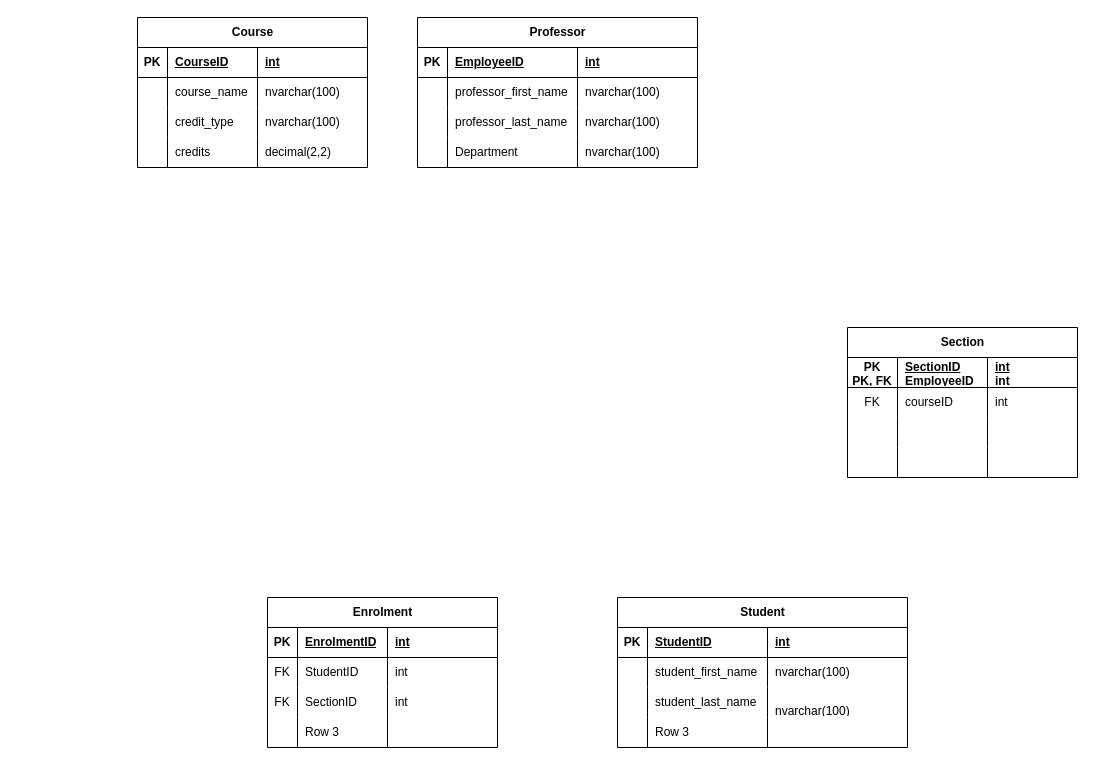
Earlier version of the draw.io diagram 2NF.drawio (ConnorGaskill/UML). Source tidied: cells renumbered, new cells numbered last; positions are measured from the earlier drawing's top-left corner, leaving out a move shared by most shapes. Both pictures are drawn from the tidied source at 100%, with x=0, y=0 at pixel (137, 17).
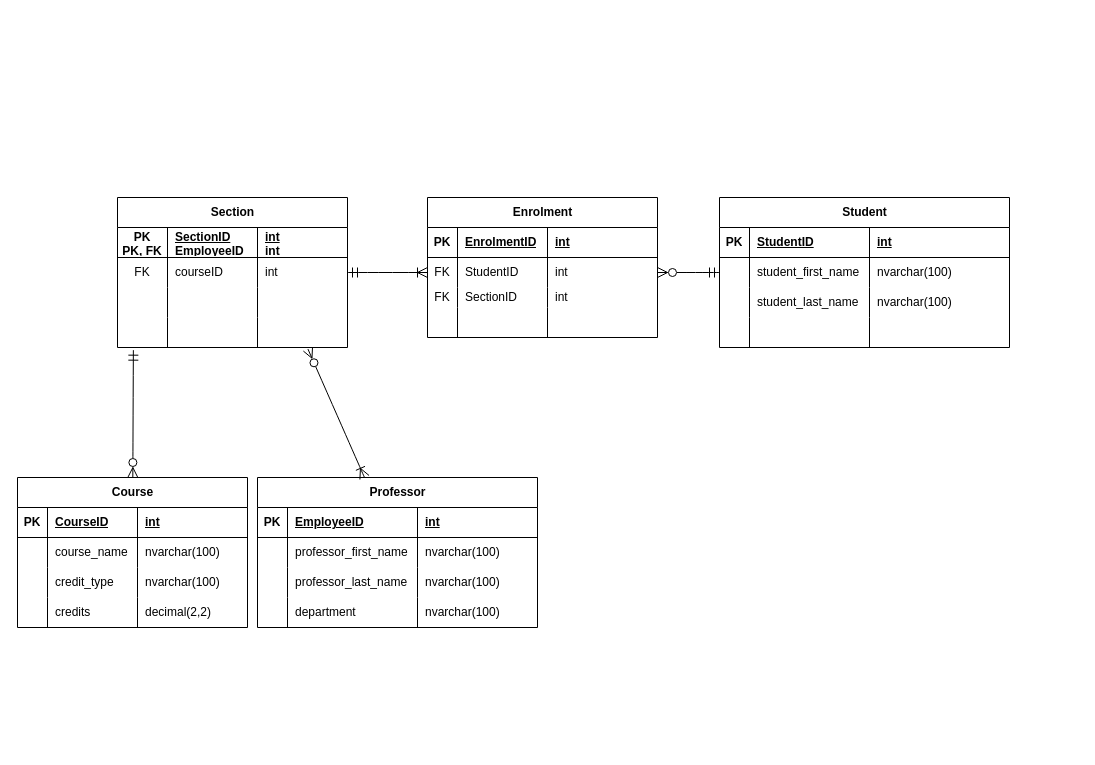
After the change.

Unchanged cells that the change refers to:
```xml
<mxCell id="28" style="shape=tableRow;horizontal=0;startSize=0;swimlaneHead=0;swimlaneBody=0;fillColor=none;top=0;left=0;right=0;bottom=0;" parent="19" vertex="1">
  <mxGeometry y="90" width="290" height="30" as="geometry" />
</mxCell>
<mxCell id="32" style="shape=tableRow;horizontal=0;startSize=0;swimlaneHead=0;swimlaneBody=0;fillColor=none;top=0;left=0;right=0;bottom=0;" parent="19" vertex="1">
  <mxGeometry y="120" width="290" height="30" as="geometry" />
</mxCell>
<mxCell id="49" style="shape=tableRow;horizontal=0;startSize=0;swimlaneHead=0;swimlaneBody=0;fillColor=none;top=0;left=0;right=0;bottom=0;" parent="36" vertex="1">
  <mxGeometry y="120" width="280" height="30" as="geometry" />
</mxCell>
<mxCell id="58" style="shape=tableRow;horizontal=0;startSize=0;swimlaneHead=0;swimlaneBody=0;fillColor=none;points=[[0,0.5],[1,0.5]];portConstraint=eastwest;top=0;left=0;right=0;bottom=0;" parent="53" vertex="1">
  <mxGeometry y="60" width="230" height="30" as="geometry" />
</mxCell>
<mxCell id="75" style="shape=tableRow;horizontal=0;startSize=0;swimlaneHead=0;swimlaneBody=0;fillColor=none;points=[[0,0.5],[1,0.5]];portConstraint=eastwest;top=0;left=0;right=0;bottom=0;" parent="70" vertex="1">
  <mxGeometry y="60" width="230" height="30" as="geometry" />
</mxCell>
<mxCell id="83" style="shape=tableRow;horizontal=0;startSize=0;swimlaneHead=0;swimlaneBody=0;fillColor=none;points=[[0,0.5],[1,0.5]];portConstraint=eastwest;top=0;left=0;right=0;bottom=0;" parent="70" vertex="1">
  <mxGeometry y="120" width="230" height="30" as="geometry" />
</mxCell>
```

The edit, as a diff of the source:
```diff
@@
     <mxCell id="2" value="Course" style="shape=table;startSize=30;childLayout=tableLayout;rowLines=0;fontStyle=1;align=center;html=1;" parent="1" vertex="1">
-      <mxGeometry width="230" height="150" as="geometry" />
+      <mxGeometry x="-120" y="460" width="230" height="150" as="geometry" />
     </mxCell>
@@
+    <mxCell id="87" style="edgeStyle=none;curved=1;rounded=0;jettySize=auto;html=1;entryX=1;entryY=0.5;entryDx=0;entryDy=0;fontSize=12;startSize=8;endSize=8;endArrow=ERzeroToMany;endFill=0;startArrow=ERmandOne;startFill=0;" parent="1" edge="1" source="19" target="58">
+      <mxGeometry relative="1" as="geometry" />
+    </mxCell>
     <mxCell id="19" value="Student" style="shape=table;startSize=30;childLayout=tableLayout;rowLines=0;fontStyle=1;align=center;html=1;" parent="1" vertex="1">
-      <mxGeometry x="480" y="580" width="290" height="150" as="geometry" />
+      <mxGeometry x="582" y="180" width="290" height="150" as="geometry" />
     </mxCell>
@@
-    <mxCell id="31" value="&#10;&lt;span style=&quot;color: rgb(0, 0, 0); font-family: Helvetica; font-size: 12px; font-style: normal; font-variant-ligatures: normal; font-variant-caps: normal; font-weight: 400; letter-spacing: normal; orphans: 2; text-align: left; text-indent: 0px; text-transform: none; widows: 2; word-spacing: 0px; -webkit-text-stroke-width: 0px; white-space: normal; background-color: rgb(251, 251, 251); text-decoration-thickness: initial; text-decoration-style: initial; text-decoration-color: initial; display: inline !important; float: none;&quot;&gt;nvarchar(100)&lt;/span&gt;&#10;&#10;" style="shape=partialRectangle;fillColor=none;top=0;left=0;bottom=0;right=0;align=left;spacingLeft=6;overflow=hidden;whiteSpace=wrap;html=1;" parent="28" vertex="1">
+    <mxCell id="31" value="nvarchar(100)" style="shape=partialRectangle;fillColor=none;top=0;left=0;bottom=0;right=0;align=left;spacingLeft=6;overflow=hidden;whiteSpace=wrap;html=1;" parent="28" vertex="1">
       <mxGeometry x="150" width="140" height="30" as="geometry" />
     </mxCell>
@@
-    <mxCell id="34" value="Row 3" style="shape=partialRectangle;fillColor=none;top=0;left=0;bottom=0;right=0;align=left;spacingLeft=6;overflow=hidden;whiteSpace=wrap;html=1;" parent="32" vertex="1">
+    <mxCell id="34" style="shape=partialRectangle;fillColor=none;top=0;left=0;bottom=0;right=0;align=left;spacingLeft=6;overflow=hidden;whiteSpace=wrap;html=1;" parent="32" vertex="1">
       <mxGeometry x="30" width="120" height="30" as="geometry" />
     </mxCell>
@@
     <mxCell id="36" value="Professor" style="shape=table;startSize=30;childLayout=tableLayout;rowLines=0;fontStyle=1;align=center;html=1;" parent="1" vertex="1">
-      <mxGeometry x="280" width="280" height="150" as="geometry" />
+      <mxGeometry x="120" y="460" width="280" height="150" as="geometry" />
     </mxCell>
@@
-    <mxCell id="51" value="Department" style="shape=partialRectangle;fillColor=none;top=0;left=0;bottom=0;right=0;align=left;spacingLeft=6;overflow=hidden;whiteSpace=wrap;html=1;" parent="49" vertex="1">
+    <mxCell id="51" value="department" style="shape=partialRectangle;fillColor=none;top=0;left=0;bottom=0;right=0;align=left;spacingLeft=6;overflow=hidden;whiteSpace=wrap;html=1;" parent="49" vertex="1">
       <mxGeometry x="30" width="130" height="30" as="geometry" />
     </mxCell>
@@
     <mxCell id="53" value="Enrolment" style="shape=table;startSize=30;childLayout=tableLayout;rowLines=0;fontStyle=1;align=center;html=1;" parent="1" vertex="1">
-      <mxGeometry x="130" y="580" width="230" height="150" as="geometry" />
+      <mxGeometry x="290" y="180" width="230" height="140" as="geometry" />
     </mxCell>
@@
     <mxCell id="62" style="shape=tableRow;horizontal=0;startSize=0;swimlaneHead=0;swimlaneBody=0;fillColor=none;top=0;left=0;right=0;bottom=0;" parent="53" vertex="1">
-      <mxGeometry y="90" width="230" height="30" as="geometry" />
+      <mxGeometry y="90" width="230" height="20" as="geometry" />
     </mxCell>
     <mxCell id="63" value="FK" style="shape=partialRectangle;fillColor=none;top=0;left=0;bottom=0;right=0;overflow=hidden;whiteSpace=wrap;html=1;" parent="62" vertex="1">
-      <mxGeometry width="30" height="30" as="geometry" />
+      <mxGeometry width="30" height="20" as="geometry" />
     </mxCell>
     <mxCell id="64" value="SectionID" style="shape=partialRectangle;fillColor=none;top=0;left=0;bottom=0;right=0;align=left;spacingLeft=6;overflow=hidden;whiteSpace=wrap;html=1;" parent="62" vertex="1">
-      <mxGeometry x="30" width="90" height="30" as="geometry" />
+      <mxGeometry x="30" width="90" height="20" as="geometry" />
     </mxCell>
     <mxCell id="65" value="int" style="shape=partialRectangle;fillColor=none;top=0;left=0;bottom=0;right=0;align=left;spacingLeft=6;overflow=hidden;whiteSpace=wrap;html=1;" parent="62" vertex="1">
-      <mxGeometry x="120" width="110" height="30" as="geometry" />
+      <mxGeometry x="120" width="110" height="20" as="geometry" />
     </mxCell>
     <mxCell id="66" style="shape=tableRow;horizontal=0;startSize=0;swimlaneHead=0;swimlaneBody=0;fillColor=none;top=0;left=0;right=0;bottom=0;" parent="53" vertex="1">
-      <mxGeometry y="120" width="230" height="30" as="geometry" />
+      <mxGeometry y="110" width="230" height="30" as="geometry" />
     </mxCell>
@@
-    <mxCell id="68" value="Row 3" style="shape=partialRectangle;fillColor=none;top=0;left=0;bottom=0;right=0;align=left;spacingLeft=6;overflow=hidden;whiteSpace=wrap;html=1;" parent="66" vertex="1">
+    <mxCell id="68" style="shape=partialRectangle;fillColor=none;top=0;left=0;bottom=0;right=0;align=left;spacingLeft=6;overflow=hidden;whiteSpace=wrap;html=1;" parent="66" vertex="1">
       <mxGeometry x="30" width="90" height="30" as="geometry" />
     </mxCell>
@@
     <mxCell id="70" value="Section" style="shape=table;startSize=30;childLayout=tableLayout;rowLines=0;fontStyle=1;align=center;html=1;" parent="1" vertex="1">
-      <mxGeometry x="710" y="310" width="230" height="150" as="geometry" />
+      <mxGeometry x="-20" y="180" width="230" height="150" as="geometry" />
     </mxCell>
@@
+    <mxCell id="88" style="edgeStyle=none;curved=1;rounded=0;jettySize=auto;html=1;entryX=0.069;entryY=1.089;entryDx=0;entryDy=0;entryPerimeter=0;fontSize=12;startSize=8;endSize=8;endArrow=ERmandOne;endFill=0;startArrow=ERzeroToMany;startFill=0;" parent="1" edge="1" source="2" target="83">
+      <mxGeometry relative="1" as="geometry" />
+    </mxCell>
+    <mxCell id="89" style="edgeStyle=none;curved=1;rounded=0;jettySize=auto;html=1;entryX=0.828;entryY=1.052;entryDx=0;entryDy=0;entryPerimeter=0;fontSize=12;startSize=8;endSize=8;endArrow=ERzeroToMany;endFill=0;startArrow=ERoneToMany;startFill=0;" parent="1" edge="1" source="36" target="83">
+      <mxGeometry relative="1" as="geometry" />
+    </mxCell>
+    <mxCell id="90" style="edgeStyle=none;curved=1;rounded=0;jettySize=auto;html=1;entryX=0;entryY=0.5;entryDx=0;entryDy=0;fontSize=12;startSize=8;endSize=8;endArrow=ERoneToMany;endFill=0;startArrow=ERmandOne;startFill=0;" parent="1" edge="1" source="75" target="58">
+      <mxGeometry relative="1" as="geometry" />
+    </mxCell>
```
